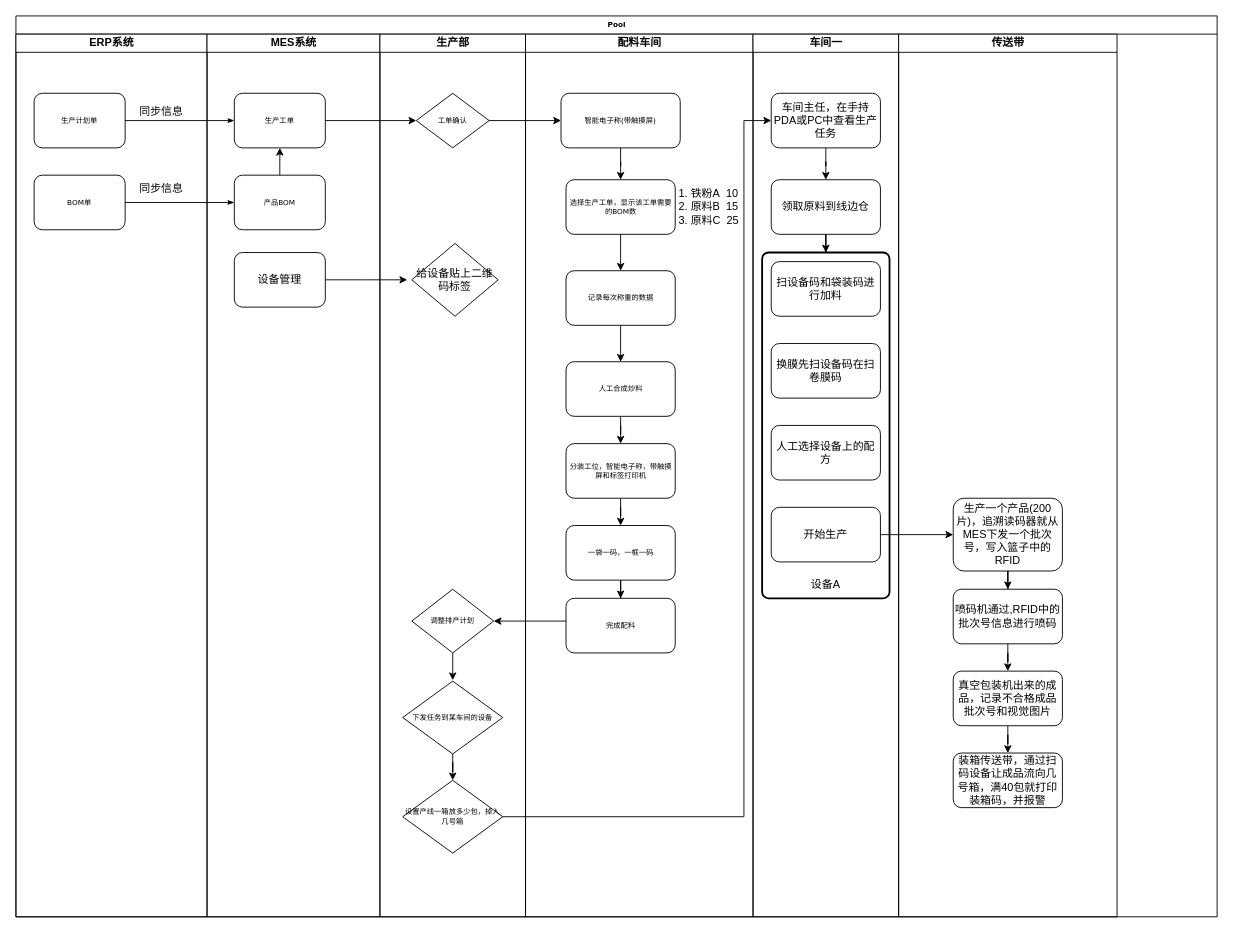
chenyanxi/hosts keeps this draw.io diagram as data/MES.drawio. Above is the earlier version. Source tidied: cells renumbered, new cells numbered last; positions are measured from the earlier drawing's top-left corner, leaving out a move shared by most shapes. Both pictures are drawn from the tidied source at 91%, with x=0, y=0 at pixel (15, 15).
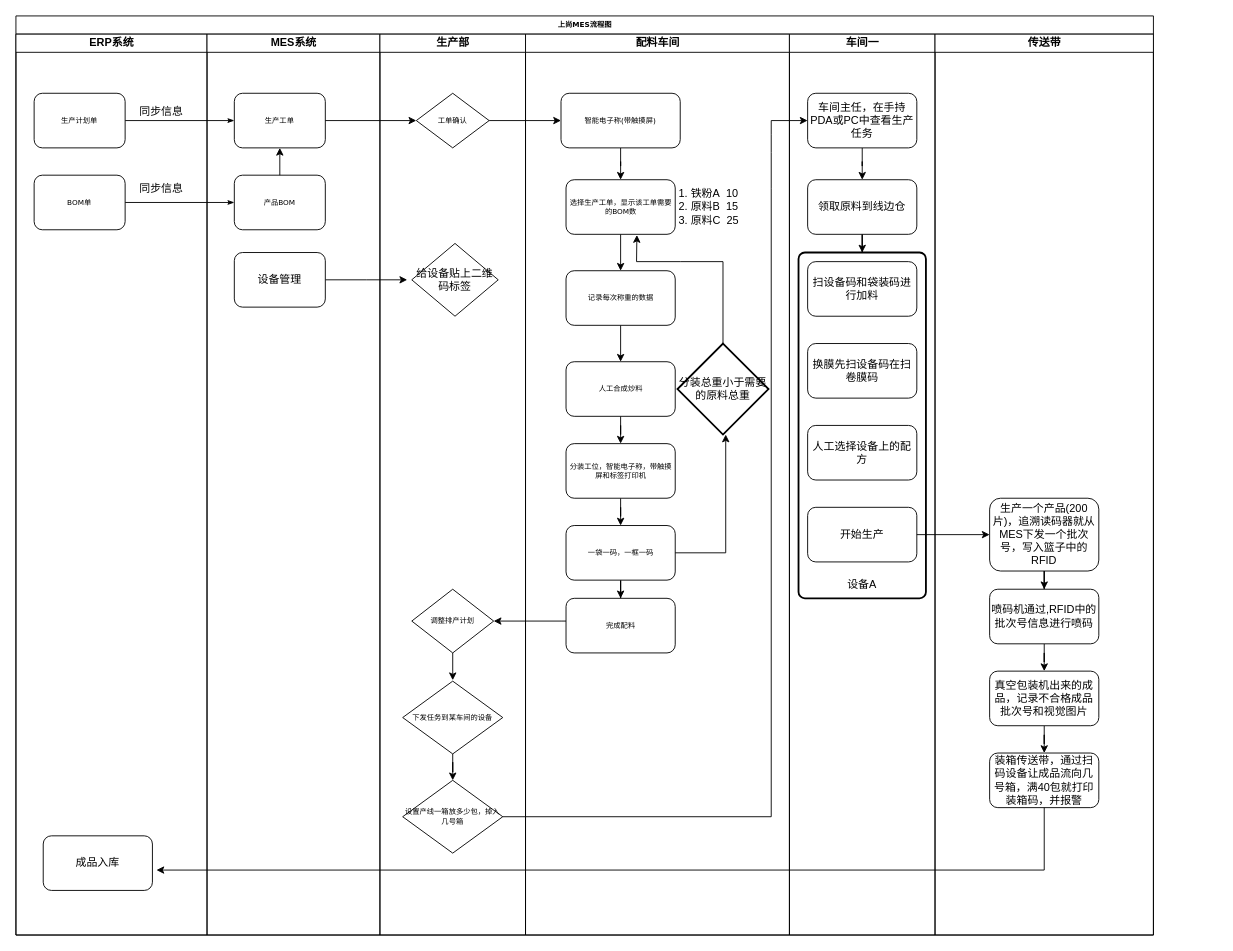
The same diagram, later.

Unchanged cells that the change refers to:
```xml
<mxCell id="4" value="生产计划单" style="rounded=1;whiteSpace=wrap;html=1;shadow=0;labelBackgroundColor=none;strokeWidth=1;fontFamily=Verdana;fontSize=8;align=center;" parent="3" vertex="1">
  <mxGeometry x="20" y="65" width="100" height="60" as="geometry" />
</mxCell>
<mxCell id="5" value="BOM单" style="rounded=1;whiteSpace=wrap;html=1;shadow=0;labelBackgroundColor=none;strokeWidth=1;fontFamily=Verdana;fontSize=8;align=center;" parent="3" vertex="1">
  <mxGeometry x="20" y="155" width="100" height="60" as="geometry" />
</mxCell>
<mxCell id="11" value="生产工单" style="rounded=1;whiteSpace=wrap;html=1;shadow=0;labelBackgroundColor=none;strokeWidth=1;fontFamily=Verdana;fontSize=8;align=center;" parent="10" vertex="1">
  <mxGeometry x="30" y="65" width="100" height="60" as="geometry" />
</mxCell>
<mxCell id="12" value="产品BOM" style="rounded=1;whiteSpace=wrap;html=1;shadow=0;labelBackgroundColor=none;strokeWidth=1;fontFamily=Verdana;fontSize=8;align=center;" parent="10" vertex="1">
  <mxGeometry x="30" y="155" width="100" height="60" as="geometry" />
</mxCell>
<mxCell id="21" value="设置产线一箱放多少包，掉入几号箱" style="rhombus;whiteSpace=wrap;html=1;rounded=0;shadow=0;labelBackgroundColor=none;strokeWidth=1;fontFamily=Verdana;fontSize=8;align=center;" parent="16" vertex="1">
  <mxGeometry x="25" y="820" width="110" height="80" as="geometry" />
</mxCell>
<mxCell id="28" value="选择生产工单，显示该工单需要的BOM数" style="whiteSpace=wrap;html=1;fontSize=8;fontFamily=Verdana;rounded=1;shadow=0;labelBackgroundColor=none;strokeWidth=1;" parent="24" vertex="1">
  <mxGeometry x="44.5" y="160" width="120" height="60" as="geometry" />
</mxCell>
<mxCell id="37" value="一袋一码，一框一码" style="whiteSpace=wrap;html=1;fontSize=8;fontFamily=Verdana;rounded=1;shadow=0;labelBackgroundColor=none;strokeWidth=1;" parent="24" vertex="1">
  <mxGeometry x="44.5" y="540" width="120" height="60" as="geometry" />
</mxCell>
<mxCell id="41" value="车间主任，在手持PDA或PC中查看生产任务" style="rounded=1;whiteSpace=wrap;html=1;" parent="39" vertex="1">
  <mxGeometry x="20" y="65" width="120" height="60" as="geometry" />
</mxCell>
<mxCell id="60" value="装箱传送带，通过扫码设备让成品流向几号箱，满40包就打印装箱码，并报警" style="whiteSpace=wrap;html=1;rounded=1;" parent="53" vertex="1">
  <mxGeometry x="60" y="790" width="120" height="60" as="geometry" />
</mxCell>
```

Diff of the diagram source:
```diff
@@
-    <mxCell id="2" value="Pool" style="swimlane;html=1;startSize=20;rounded=0;shadow=0;labelBackgroundColor=none;strokeWidth=1;fontFamily=Verdana;fontSize=8;align=center;" parent="1" vertex="1">
-      <mxGeometry width="1320" height="990" as="geometry" />
+    <mxCell id="2" value="上尚MES流程图" style="swimlane;html=1;startSize=20;rounded=0;shadow=0;labelBackgroundColor=none;strokeWidth=1;fontFamily=Verdana;fontSize=8;align=center;" parent="1" vertex="1">
+      <mxGeometry width="1250" height="1010" as="geometry" />
     </mxCell>
+    <mxCell id="8" style="edgeStyle=orthogonalEdgeStyle;rounded=1;html=1;labelBackgroundColor=none;startArrow=none;startFill=0;startSize=5;endArrow=classicThin;endFill=1;endSize=5;jettySize=auto;strokeWidth=1;fontFamily=Verdana;fontSize=8;" parent="2" edge="1" source="4" target="11">
+      <mxGeometry relative="1" as="geometry" />
+    </mxCell>
+    <mxCell id="9" style="edgeStyle=orthogonalEdgeStyle;rounded=1;html=1;labelBackgroundColor=none;startArrow=none;startFill=0;startSize=5;endArrow=classicThin;endFill=1;endSize=5;jettySize=auto;strokeWidth=1;fontFamily=Verdana;fontSize=8;" parent="2" edge="1" source="5" target="12">
+      <mxGeometry relative="1" as="geometry" />
+    </mxCell>
     <mxCell id="3" value="ERP系统" style="swimlane;html=1;startSize=20;" parent="2" vertex="1">
-      <mxGeometry y="20" width="210" height="970" as="geometry" />
+      <mxGeometry y="20" width="210" height="990" as="geometry" />
     </mxCell>
@@
-    <mxCell id="8" style="edgeStyle=orthogonalEdgeStyle;rounded=1;html=1;labelBackgroundColor=none;startArrow=none;startFill=0;startSize=5;endArrow=classicThin;endFill=1;endSize=5;jettySize=auto;strokeWidth=1;fontFamily=Verdana;fontSize=8;" parent="2" edge="1" source="4" target="11">
-      <mxGeometry relative="1" as="geometry" />
-    </mxCell>
-    <mxCell id="9" style="edgeStyle=orthogonalEdgeStyle;rounded=1;html=1;labelBackgroundColor=none;startArrow=none;startFill=0;startSize=5;endArrow=classicThin;endFill=1;endSize=5;jettySize=auto;strokeWidth=1;fontFamily=Verdana;fontSize=8;" parent="2" edge="1" source="5" target="12">
-      <mxGeometry relative="1" as="geometry" />
-    </mxCell>
+    <mxCell id="66" value="成品入库" style="whiteSpace=wrap;html=1;rounded=1;" parent="3" vertex="1">
+      <mxGeometry x="30" y="881" width="120" height="60" as="geometry" />
+    </mxCell>
     <mxCell id="10" value="MES系统" style="swimlane;html=1;startSize=20;" parent="2" vertex="1">
-      <mxGeometry x="210" y="20" width="190" height="970" as="geometry" />
+      <mxGeometry x="210" y="20" width="190" height="990" as="geometry" />
     </mxCell>
@@
     <mxCell id="16" value="生产部" style="swimlane;html=1;startSize=20;" parent="2" vertex="1">
-      <mxGeometry x="400" y="20" width="160" height="970" as="geometry" />
+      <mxGeometry x="400" y="20" width="160" height="990" as="geometry" />
     </mxCell>
@@
     <mxCell id="24" value="配料车间" style="swimlane;html=1;startSize=20;" parent="2" vertex="1">
-      <mxGeometry x="560" y="20" width="250" height="970" as="geometry" />
+      <mxGeometry x="560" y="20" width="290" height="990" as="geometry" />
     </mxCell>
@@
+    <mxCell id="67" value="分装总重小于需要的原料总重" style="strokeWidth=2;html=1;shape=mxgraph.flowchart.decision;whiteSpace=wrap;" parent="24" vertex="1">
+      <mxGeometry x="167" y="340" width="100" height="100" as="geometry" />
+    </mxCell>
+    <mxCell id="68" style="endArrow=classic;html=1;rounded=0;entryX=0.649;entryY=1.013;entryDx=0;entryDy=0;entryPerimeter=0;" parent="24" edge="1" target="28">
+      <mxGeometry relative="1" as="geometry">
+        <mxPoint x="217" y="340" as="sourcePoint" />
+        <Array as="points">
+          <mxPoint x="217" y="250" />
+          <mxPoint x="170" y="250" />
+          <mxPoint x="122" y="250" />
+        </Array>
+      </mxGeometry>
+    </mxCell>
     <mxCell id="39" value="车间一" style="swimlane;html=1;startSize=20;" parent="2" vertex="1">
-      <mxGeometry x="810" y="20" width="160" height="970" as="geometry" />
+      <mxGeometry x="850" y="20" width="160" height="990" as="geometry" />
     </mxCell>
@@
     <mxCell id="53" value="传送带" style="swimlane;html=1;startSize=20;" parent="2" vertex="1">
-      <mxGeometry x="970" y="20" width="240" height="970" as="geometry" />
+      <mxGeometry x="1010" y="20" width="240" height="990" as="geometry" />
     </mxCell>
@@
     <mxCell id="65" style="endArrow=classic;html=1;rounded=0;entryX=0;entryY=0.5;entryDx=0;entryDy=0;exitX=1;exitY=0.5;exitDx=0;exitDy=0;" parent="2" edge="1" source="21" target="41">
       <mxGeometry relative="1" as="geometry">
         <Array as="points">
-          <mxPoint x="800" y="880" />
-          <mxPoint x="800" y="510" />
-          <mxPoint x="800" y="310" />
-          <mxPoint x="800" y="210" />
-          <mxPoint x="800" y="150" />
-          <mxPoint x="800" y="130" />
-          <mxPoint x="800" y="115" />
+          <mxPoint x="830" y="880" />
+          <mxPoint x="830" y="310" />
+          <mxPoint x="830" y="190" />
+          <mxPoint x="830" y="150" />
+          <mxPoint x="830" y="130" />
+          <mxPoint x="830" y="115" />
         </Array>
       </mxGeometry>
     </mxCell>
+    <mxCell id="69" style="edgeStyle=orthogonalEdgeStyle;rounded=0;jettySize=auto;html=1;entryX=1.037;entryY=0.627;entryDx=0;entryDy=0;entryPerimeter=0;" parent="2" edge="1" source="60" target="66">
+      <mxGeometry relative="1" as="geometry">
+        <Array as="points">
+          <mxPoint x="1130" y="939" />
+        </Array>
+      </mxGeometry>
+    </mxCell>
+    <mxCell id="70" style="edgeStyle=orthogonalEdgeStyle;rounded=0;jettySize=auto;html=1;" parent="2" edge="1" source="37">
+      <mxGeometry relative="1" as="geometry">
+        <mxPoint x="780" y="460" as="targetPoint" />
+        <Array as="points">
+          <mxPoint x="780" y="590" />
+          <mxPoint x="780" y="460" />
+        </Array>
+      </mxGeometry>
+    </mxCell>
```
